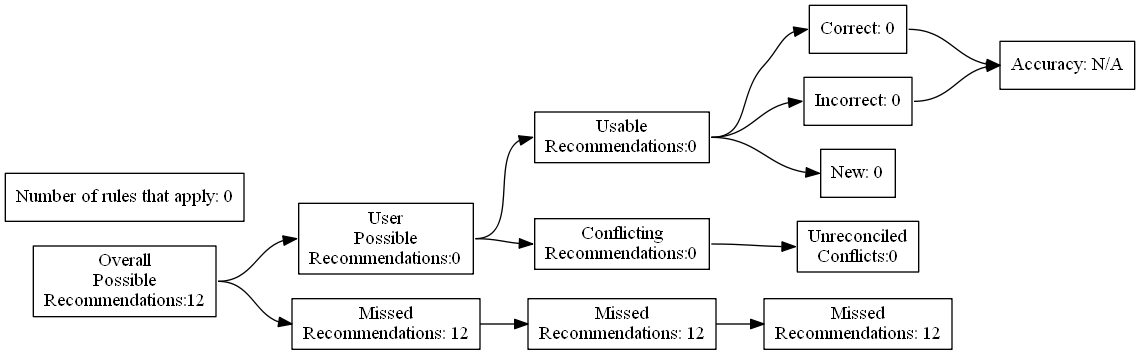
Before: test_renders/33.gv.png, a diagram exported from Graphviz (ZaxR/ibd_diet_analysis). Its source is kept beside it as test_renders/33.gv.
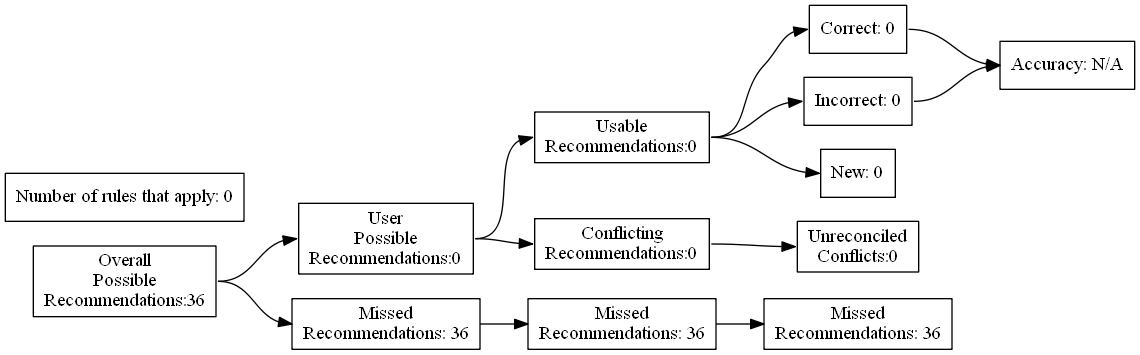
After the change.

Diff of the diagram source:
```diff
@@ -4,25 +4,25 @@
 	edge [headport=w tailport=e]
 		A [label="Overall
 Possible
-Recommendations:12"]
+Recommendations:36"]
 		B [label="User
 Possible
 Recommendations:0"]
 		C [label="Missed
-Recommendations: 12"]
+Recommendations: 36"]
 		D [label="Usable
 Recommendations:0"]
 		E [label="Conflicting
 Recommendations:0"]
 		J [label="Missed
-Recommendations: 12"]
+Recommendations: 36"]
 		M [label="Unreconciled
 Conflicts:0"]
 		F [label="Correct: 0"]
 		G [label="Incorrect: 0"]
 		H [label="New: 0"]
 		K [label="Missed
-Recommendations: 12"]
+Recommendations: 36"]
 		I [label="Accuracy: N/A"]
 		l [label="Number of rules that apply: 0"]
 			A -> B
```
